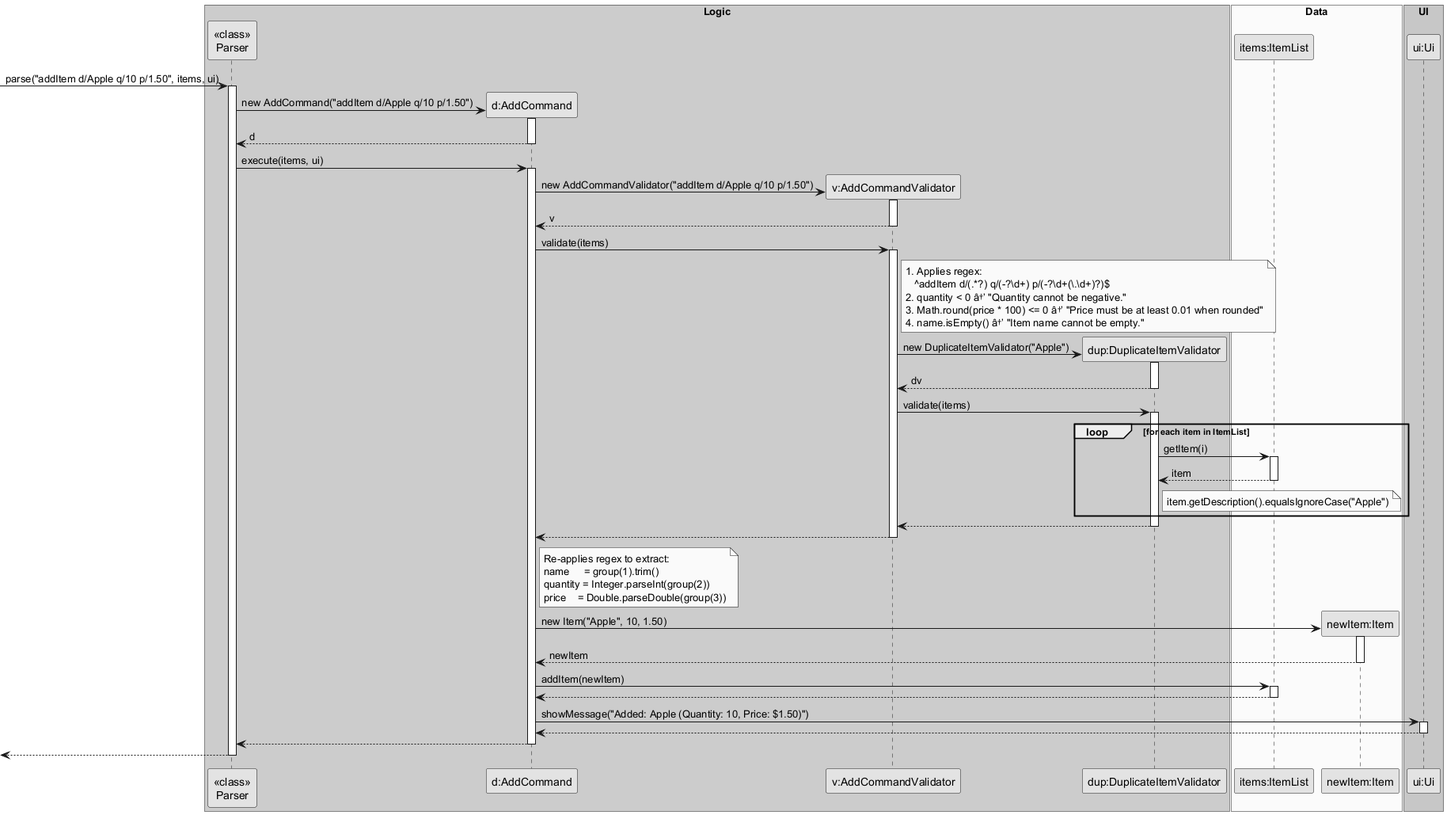
fmohamedfaras/tp keeps this PlantUML diagram as docs/diagrams/AddCommandSequenceDiagram.png. Above is the earlier version.
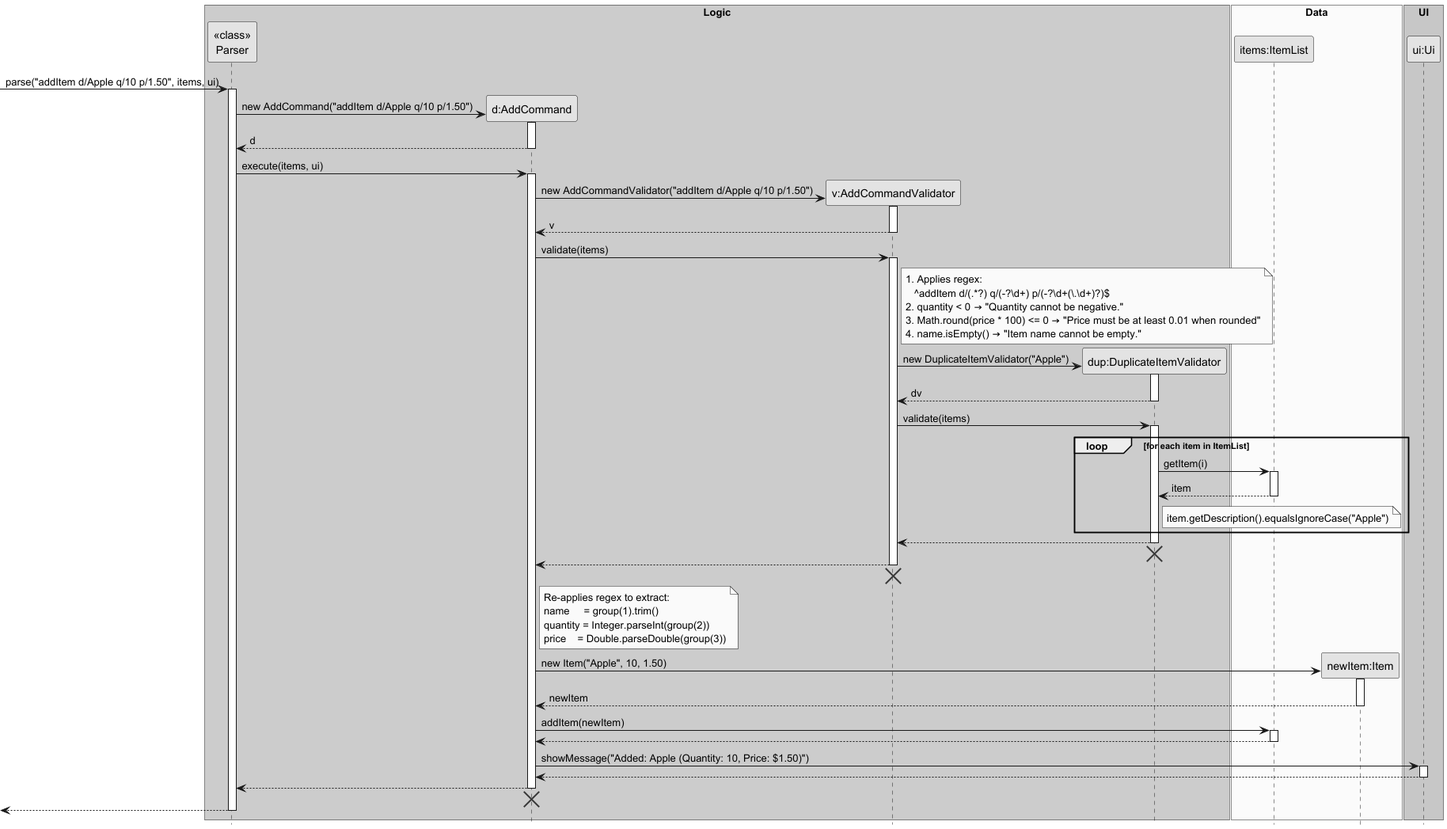
The same diagram one commit later.

The edit, as a diff of the source:
```diff
@@ -1,6 +1,7 @@
 @startuml
 skinparam monochrome true
 skinparam shadowing false
+hide footbox
 
 box "Logic" #LightBlue
 participant "<<class>>\nParser" as Parser
@@ -42,9 +43,9 @@
 note right of AddCommandValidator
   1. Applies regex:
      ^addItem d/(.*?) q/(-?\d+) p/(-?\d+(\.\d+)?)$
-  2. quantity < 0 â†’ "Quantity cannot be negative."
-  3. Math.round(price * 100) <= 0 â†’ "Price must be at least 0.01 when rounded"
-  4. name.isEmpty() â†’ "Item name cannot be empty."
+  2. quantity < 0 → "Quantity cannot be negative."
+  3. Math.round(price * 100) <= 0 → "Price must be at least 0.01 when rounded"
+  4. name.isEmpty() → "Item name cannot be empty."
 end note
 
 create DuplicateItemValidator
@@ -68,9 +69,13 @@
 
 DuplicateItemValidator --> AddCommandValidator
 deactivate DuplicateItemValidator
+DuplicateItemValidator -[hidden]-> AddCommandValidator
+destroy DuplicateItemValidator
 
 AddCommandValidator --> AddCommand
 deactivate AddCommandValidator
+AddCommandValidator -[hidden]-> AddCommand
+destroy AddCommandValidator
 
 note right of AddCommand
   Re-applies regex to extract:
@@ -97,6 +102,8 @@
 
 AddCommand --> Parser
 deactivate AddCommand
+AddCommand -[hidden]-> Parser
+destroy AddCommand
 
 <-- Parser
 deactivate Parser
```
